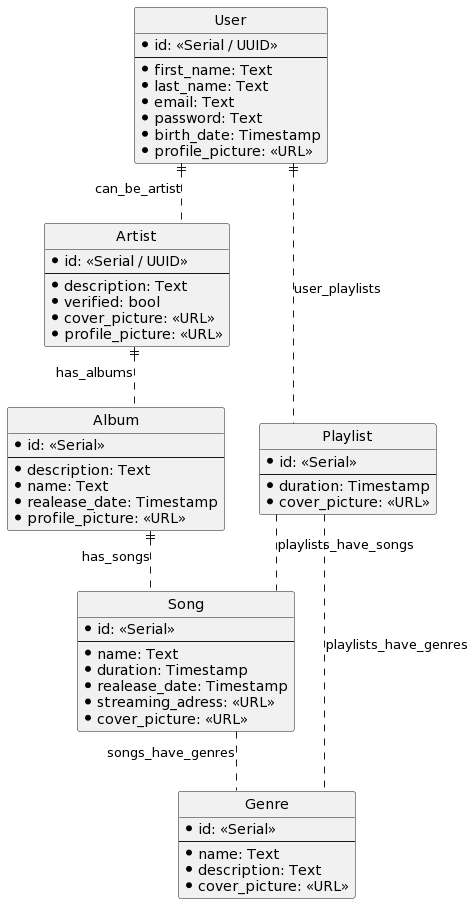
The PlantUML diagram iteration-01/spotify/diagrams/ERD_diagram.png in TrawenCZ/web-app-demos, before a commit.
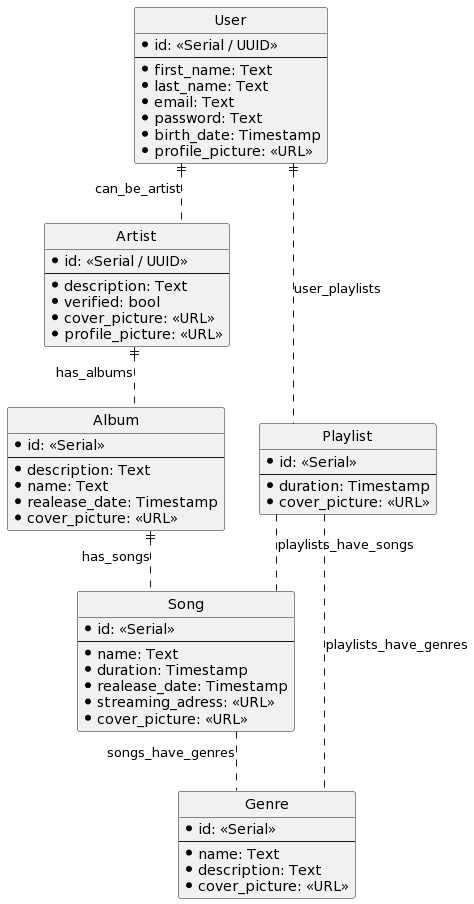
After the commit.

Change to the diagram source:
```diff
@@ -28,7 +28,7 @@
     * description: Text
     * name: Text
     * realease_date: Timestamp
-    * profile_picture: <<URL>>
+    * cover_picture: <<URL>>
 }
 
 entity Playlist {
```
